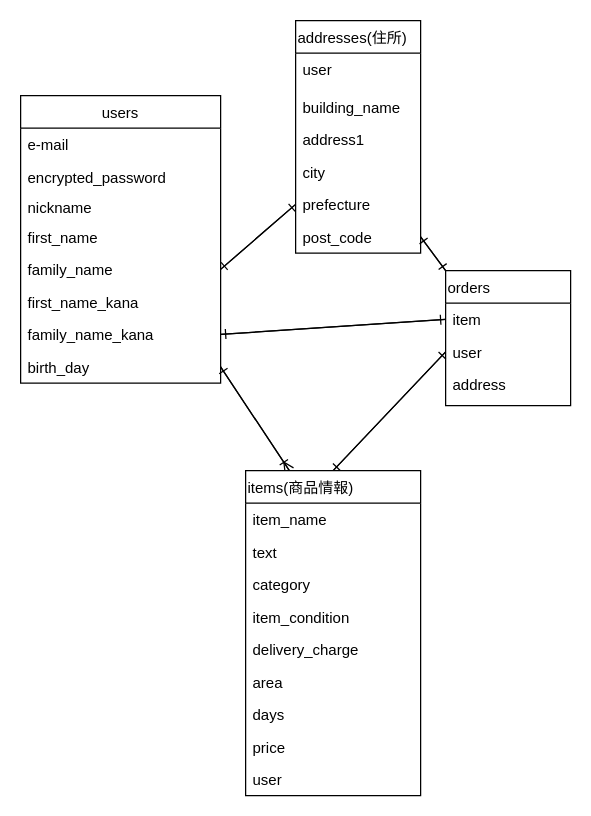
Above: furuma.dio in oraiber/furima-37233 (draw.io), before the change. Source tidied: cells renumbered, new cells numbered last; positions are measured from the earlier drawing's top-left corner, leaving out a move shared by most shapes. Both pictures are drawn from the tidied source at 125%, with x=0, y=0 at pixel (20, 20).
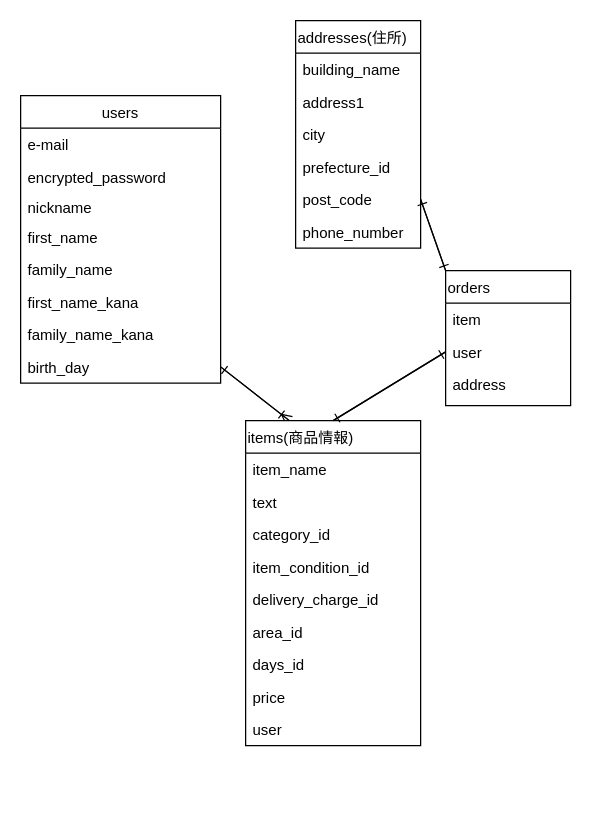
Above is the later version.

Unchanged cells that the change refers to:
```xml
<mxCell id="7" value="family_name" style="text;strokeColor=none;fillColor=none;align=left;verticalAlign=top;spacingLeft=4;spacingRight=4;overflow=hidden;points=[[0,0.5],[1,0.5]];portConstraint=eastwest;" parent="2" vertex="1">
  <mxGeometry y="126" width="160" height="26" as="geometry" />
</mxCell>
<mxCell id="9" value="family_name_kana" style="text;strokeColor=none;fillColor=none;align=left;verticalAlign=top;spacingLeft=4;spacingRight=4;overflow=hidden;points=[[0,0.5],[1,0.5]];portConstraint=eastwest;" parent="2" vertex="1">
  <mxGeometry y="178" width="160" height="26" as="geometry" />
</mxCell>
<mxCell id="34" value="item" style="text;strokeColor=none;fillColor=none;align=left;verticalAlign=top;spacingLeft=4;spacingRight=4;overflow=hidden;points=[[0,0.5],[1,0.5]];portConstraint=eastwest;" parent="33" vertex="1">
  <mxGeometry y="26" width="100" height="26" as="geometry" />
</mxCell>
```

The edit, as a diff of the source:
```diff
@@
     <mxCell id="13" value="items(商品情報)" style="swimlane;fontStyle=0;horizontal=1;startSize=26;align=left;verticalAlign=middle;" parent="1" vertex="1">
-      <mxGeometry x="180" y="360" width="140" height="260" as="geometry" />
+      <mxGeometry x="180" y="320" width="140" height="260" as="geometry" />
     </mxCell>
@@
-    <mxCell id="16" value="category" style="text;strokeColor=none;fillColor=none;align=left;verticalAlign=top;spacingLeft=4;spacingRight=4;overflow=hidden;" parent="13" vertex="1">
+    <mxCell id="16" value="category_id" style="text;strokeColor=none;fillColor=none;align=left;verticalAlign=top;spacingLeft=4;spacingRight=4;overflow=hidden;" parent="13" vertex="1">
       <mxGeometry y="78" width="140" height="26" as="geometry" />
     </mxCell>
-    <mxCell id="17" value="item_condition" style="text;strokeColor=none;fillColor=none;align=left;verticalAlign=top;spacingLeft=4;spacingRight=4;overflow=hidden;" parent="13" vertex="1">
+    <mxCell id="17" value="item_condition_id" style="text;strokeColor=none;fillColor=none;align=left;verticalAlign=top;spacingLeft=4;spacingRight=4;overflow=hidden;" parent="13" vertex="1">
       <mxGeometry y="104" width="140" height="26" as="geometry" />
     </mxCell>
-    <mxCell id="18" value="delivery_charge" style="text;strokeColor=none;fillColor=none;align=left;verticalAlign=top;spacingLeft=4;spacingRight=4;overflow=hidden;" parent="13" vertex="1">
+    <mxCell id="18" value="delivery_charge_id" style="text;strokeColor=none;fillColor=none;align=left;verticalAlign=top;spacingLeft=4;spacingRight=4;overflow=hidden;" parent="13" vertex="1">
       <mxGeometry y="130" width="140" height="26" as="geometry" />
     </mxCell>
-    <mxCell id="19" value="area" style="text;strokeColor=none;fillColor=none;align=left;verticalAlign=top;spacingLeft=4;spacingRight=4;overflow=hidden;" parent="13" vertex="1">
+    <mxCell id="19" value="area_id" style="text;strokeColor=none;fillColor=none;align=left;verticalAlign=top;spacingLeft=4;spacingRight=4;overflow=hidden;" parent="13" vertex="1">
       <mxGeometry y="156" width="140" height="26" as="geometry" />
     </mxCell>
-    <mxCell id="20" value="days" style="text;strokeColor=none;fillColor=none;align=left;verticalAlign=top;spacingLeft=4;spacingRight=4;overflow=hidden;" parent="13" vertex="1">
+    <mxCell id="20" value="days_id" style="text;strokeColor=none;fillColor=none;align=left;verticalAlign=top;spacingLeft=4;spacingRight=4;overflow=hidden;" parent="13" vertex="1">
       <mxGeometry y="182" width="140" height="26" as="geometry" />
     </mxCell>
@@
-    <mxCell id="24" style="edgeStyle=none;html=1;exitX=0;exitY=0.5;exitDx=0;exitDy=0;entryX=1;entryY=0.5;entryDx=0;entryDy=0;endArrow=ERone;endFill=0;" parent="1" edge="1" source="30" target="7">
-      <mxGeometry relative="1" as="geometry" />
-    </mxCell>
     <mxCell id="25" value="addresses(住所)" style="swimlane;fontStyle=0;horizontal=1;startSize=26;align=left;verticalAlign=middle;" parent="1" vertex="1">
-      <mxGeometry x="220" width="100" height="186" as="geometry" />
+      <mxGeometry x="220" width="100" height="182" as="geometry" />
     </mxCell>
-    <mxCell id="26" value="user" style="text;strokeColor=none;fillColor=none;spacingLeft=4;spacingRight=4;overflow=hidden;fontSize=12;" parent="25" vertex="1">
-      <mxGeometry y="26" width="100" height="30" as="geometry" />
-    </mxCell>
     <mxCell id="27" value="building_name" style="text;strokeColor=none;fillColor=none;align=left;verticalAlign=top;spacingLeft=4;spacingRight=4;overflow=hidden;" parent="25" vertex="1">
-      <mxGeometry y="56" width="100" height="26" as="geometry" />
+      <mxGeometry y="26" width="100" height="26" as="geometry" />
     </mxCell>
     <mxCell id="28" value="address1" style="text;strokeColor=none;fillColor=none;align=left;verticalAlign=top;spacingLeft=4;spacingRight=4;overflow=hidden;" parent="25" vertex="1">
-      <mxGeometry y="82" width="100" height="26" as="geometry" />
+      <mxGeometry y="52" width="100" height="26" as="geometry" />
     </mxCell>
     <mxCell id="29" value="city" style="text;strokeColor=none;fillColor=none;align=left;verticalAlign=top;spacingLeft=4;spacingRight=4;overflow=hidden;" parent="25" vertex="1">
-      <mxGeometry y="108" width="100" height="26" as="geometry" />
+      <mxGeometry y="78" width="100" height="26" as="geometry" />
     </mxCell>
-    <mxCell id="30" value="prefecture" style="text;strokeColor=none;fillColor=none;align=left;verticalAlign=top;spacingLeft=4;spacingRight=4;overflow=hidden;points=[[0,0.5],[1,0.5]];portConstraint=eastwest;" parent="25" vertex="1">
-      <mxGeometry y="134" width="100" height="26" as="geometry" />
+    <mxCell id="30" value="prefecture_id" style="text;strokeColor=none;fillColor=none;align=left;verticalAlign=top;spacingLeft=4;spacingRight=4;overflow=hidden;points=[[0,0.5],[1,0.5]];portConstraint=eastwest;" parent="25" vertex="1">
+      <mxGeometry y="104" width="100" height="26" as="geometry" />
     </mxCell>
     <mxCell id="31" value="post_code" style="text;strokeColor=none;fillColor=none;align=left;verticalAlign=top;spacingLeft=4;spacingRight=4;overflow=hidden;points=[[0,0.5],[1,0.5]];portConstraint=eastwest;" parent="25" vertex="1">
-      <mxGeometry y="160" width="100" height="26" as="geometry" />
+      <mxGeometry y="130" width="100" height="26" as="geometry" />
     </mxCell>
-    <mxCell id="32" style="edgeStyle=none;html=1;exitX=1;exitY=0.5;exitDx=0;exitDy=0;entryX=0;entryY=0.5;entryDx=0;entryDy=0;endArrow=ERone;endFill=0;" parent="1" edge="1" source="7" target="30">
-      <mxGeometry relative="1" as="geometry" />
-    </mxCell>
+    <mxCell id="42" value="phone_number" style="text;strokeColor=none;fillColor=none;align=left;verticalAlign=top;spacingLeft=4;spacingRight=4;overflow=hidden;" parent="25" vertex="1">
+      <mxGeometry y="156" width="100" height="26" as="geometry" />
+    </mxCell>
@@
-    <mxCell id="40" style="edgeStyle=none;html=1;exitX=1;exitY=0.5;exitDx=0;exitDy=0;entryX=0;entryY=0.5;entryDx=0;entryDy=0;endArrow=ERone;endFill=0;" parent="1" edge="1" source="9" target="34">
-      <mxGeometry relative="1" as="geometry" />
-    </mxCell>
-    <mxCell id="41" style="edgeStyle=none;html=1;exitX=0;exitY=0.5;exitDx=0;exitDy=0;entryX=1;entryY=0.5;entryDx=0;entryDy=0;endArrow=ERone;endFill=0;" parent="1" edge="1" source="34" target="9">
-      <mxGeometry relative="1" as="geometry" />
-    </mxCell>
```
